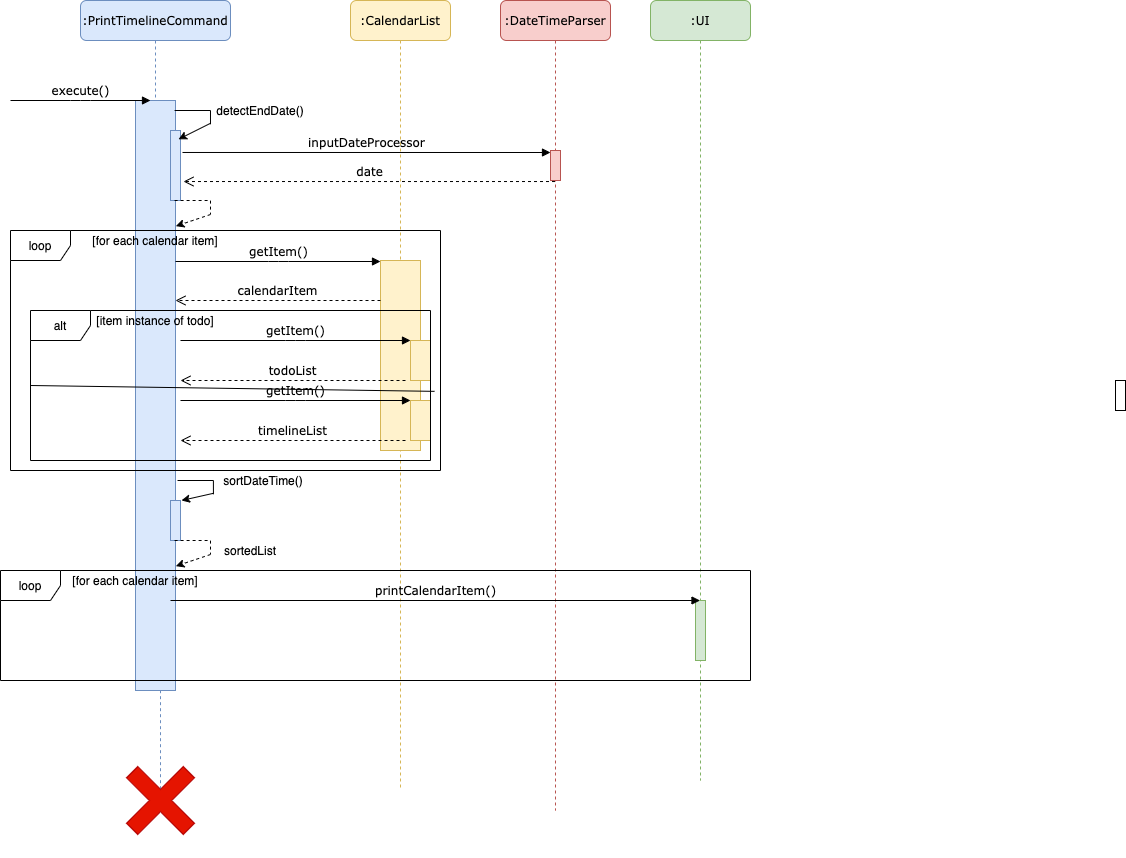
The draw.io diagram docs/images/PrintTimelineCommand_SD.png in nus-cs2113-AY2021S1/tp, before a commit. Source tidied: cells renumbered, new cells last; positions are measured from the earlier drawing's top-left corner, leaving out a move shared by most shapes.
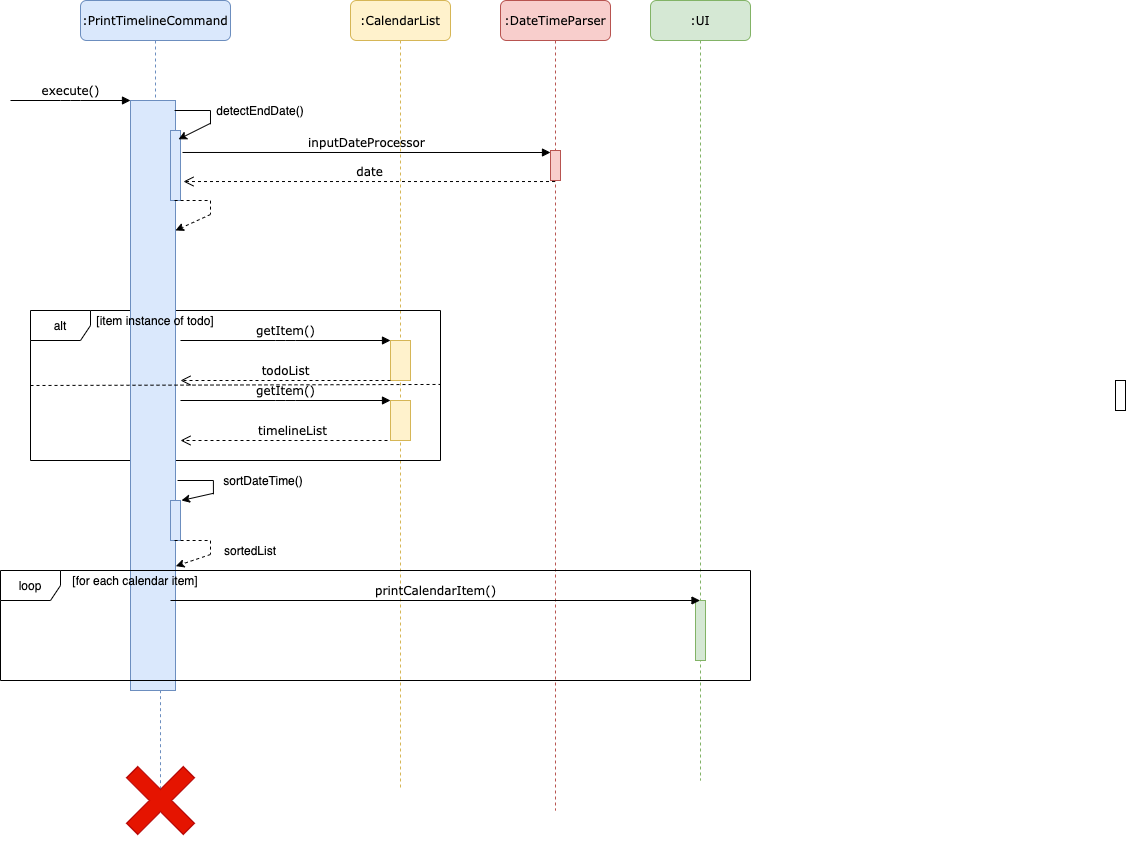
The same file after the commit.

What changed in the source:
```diff
@@ -6,20 +6,11 @@
       <mxGeometry x="350" width="100" height="790" as="geometry" />
     </mxCell>
     <mxCell id="3" style="html=1;perimeter=orthogonalPerimeter;rounded=0;shadow=0;comic=0;labelBackgroundColor=none;strokeWidth=1;fontFamily=Verdana;fontSize=12;align=center;fillColor=#fff2cc;strokeColor=#d6b656;" parent="2" vertex="1">
-      <mxGeometry x="30" y="260" width="40" height="190" as="geometry" />
+      <mxGeometry x="40" y="340" width="20" height="40" as="geometry" />
     </mxCell>
-    <mxCell id="4" value="calendarItem" style="html=1;verticalAlign=bottom;endArrow=open;dashed=1;endSize=8;labelBackgroundColor=none;fontFamily=Verdana;fontSize=12;elbow=vertical;entryX=1.3;entryY=0.729;entryDx=0;entryDy=0;entryPerimeter=0;" parent="2" edge="1">
-      <mxGeometry relative="1" as="geometry">
-        <mxPoint x="30" y="300" as="sourcePoint" />
-        <mxPoint x="-175" y="300" as="targetPoint" />
-      </mxGeometry>
-    </mxCell>
-    <mxCell id="5" style="html=1;perimeter=orthogonalPerimeter;rounded=0;shadow=0;comic=0;labelBackgroundColor=none;strokeWidth=1;fontFamily=Verdana;fontSize=12;align=center;fillColor=#fff2cc;strokeColor=#d6b656;" parent="2" vertex="1">
-      <mxGeometry x="60" y="340" width="20" height="40" as="geometry" />
-    </mxCell>
-    <mxCell id="6" style="html=1;perimeter=orthogonalPerimeter;rounded=0;shadow=0;comic=0;labelBackgroundColor=none;strokeWidth=1;fontFamily=Verdana;fontSize=12;align=center;fillColor=#fff2cc;strokeColor=#d6b656;" parent="2" vertex="1">
-      <mxGeometry x="60" y="400" width="20" height="40" as="geometry" />
-    </mxCell>
+    <mxCell id="25" value="alt" style="shape=umlFrame;whiteSpace=wrap;html=1;" parent="2" vertex="1">
+      <mxGeometry x="-320" y="310" width="410" height="150" as="geometry" />
+    </mxCell>
     <mxCell id="7" value=":DateTimeParser" style="shape=umlLifeline;perimeter=lifelinePerimeter;whiteSpace=wrap;html=1;outlineConnect=0;rounded=1;shadow=0;comic=0;labelBackgroundColor=none;strokeWidth=1;fontFamily=Verdana;fontSize=12;align=center;fillColor=#f8cecc;strokeColor=#b85450;" parent="1" vertex="1">
       <mxGeometry x="500" width="110" height="810" as="geometry" />
     </mxCell>
@@ -36,27 +27,18 @@
       <mxGeometry x="80" width="150" height="690" as="geometry" />
     </mxCell>
     <mxCell id="12" style="html=1;points=[];perimeter=orthogonalPerimeter;rounded=0;shadow=0;comic=0;labelBackgroundColor=none;strokeWidth=1;fontFamily=Verdana;fontSize=12;align=center;fillColor=#dae8fc;strokeColor=#6c8ebf;" parent="11" vertex="1">
-      <mxGeometry x="55" y="100" width="40" height="590" as="geometry" />
+      <mxGeometry x="50" y="100" width="45" height="590" as="geometry" />
     </mxCell>
     <mxCell id="13" style="html=1;points=[];perimeter=orthogonalPerimeter;fillColor=#dae8fc;strokeColor=#6c8ebf;" parent="11" vertex="1">
       <mxGeometry x="90" y="130" width="10" height="70" as="geometry" />
     </mxCell>
-    <mxCell id="14" value="[for each calendar item]" style="text;html=1;strokeColor=none;fillColor=none;align=center;verticalAlign=middle;whiteSpace=wrap;rounded=0;" parent="11" vertex="1">
-      <mxGeometry x="10" y="230" width="130" height="20" as="geometry" />
-    </mxCell>
-    <mxCell id="15" value="getItem()" style="html=1;verticalAlign=bottom;endArrow=block;labelBackgroundColor=none;fontFamily=Verdana;fontSize=12;edgeStyle=elbowEdgeStyle;elbow=horizontal;" parent="11" edge="1">
-      <mxGeometry relative="1" as="geometry">
-        <mxPoint x="95" y="261" as="sourcePoint" />
-        <mxPoint x="300" y="261" as="targetPoint" />
-      </mxGeometry>
-    </mxCell>
     <mxCell id="16" style="html=1;perimeter=orthogonalPerimeter;rounded=0;shadow=0;comic=0;labelBackgroundColor=none;strokeColor=#000000;strokeWidth=1;fillColor=#FFFFFF;fontFamily=Verdana;fontSize=12;fontColor=#000000;align=center;" parent="1" vertex="1">
       <mxGeometry x="1115" y="380" width="10" height="30" as="geometry" />
     </mxCell>
-    <mxCell id="17" value="execute()" style="html=1;verticalAlign=bottom;endArrow=block;entryX=0;entryY=0;labelBackgroundColor=none;fontFamily=Verdana;fontSize=12;edgeStyle=elbowEdgeStyle;elbow=vertical;" parent="1" edge="1">
+    <mxCell id="17" value="execute()" style="html=1;verticalAlign=bottom;endArrow=block;labelBackgroundColor=none;fontFamily=Verdana;fontSize=12;edgeStyle=elbowEdgeStyle;elbow=vertical;" parent="1" edge="1">
       <mxGeometry relative="1" as="geometry">
         <mxPoint x="10" y="100" as="sourcePoint" />
-        <mxPoint x="150" y="100" as="targetPoint" />
+        <mxPoint x="130" y="100" as="targetPoint" />
       </mxGeometry>
     </mxCell>
     <mxCell id="18" value="inputDateProcessor" style="html=1;verticalAlign=bottom;endArrow=block;labelBackgroundColor=none;fontFamily=Verdana;fontSize=12;elbow=vertical;exitX=1.2;exitY=0.314;exitDx=0;exitDy=0;exitPerimeter=0;" parent="1" edge="1" source="13">
@@ -70,18 +52,17 @@
     <mxCell id="20" value="getItem()" style="html=1;verticalAlign=bottom;endArrow=block;labelBackgroundColor=none;fontFamily=Verdana;fontSize=12;edgeStyle=elbowEdgeStyle;elbow=horizontal;" parent="1" edge="1">
       <mxGeometry relative="1" as="geometry">
         <mxPoint x="180" y="340" as="sourcePoint" />
-        <mxPoint x="410" y="340" as="targetPoint" />
+        <mxPoint x="390" y="340" as="targetPoint" />
       </mxGeometry>
     </mxCell>
-    <mxCell id="21" value="getItem()" style="html=1;verticalAlign=bottom;endArrow=block;labelBackgroundColor=none;fontFamily=Verdana;fontSize=12;edgeStyle=elbowEdgeStyle;elbow=horizontal;" parent="1" edge="1">
+    <mxCell id="21" value="getItem()" style="html=1;verticalAlign=bottom;endArrow=block;labelBackgroundColor=none;fontFamily=Verdana;fontSize=12;edgeStyle=elbowEdgeStyle;elbow=horizontal;entryX=0;entryY=0;entryDx=0;entryDy=0;entryPerimeter=0;" parent="1" edge="1" target="45">
       <mxGeometry relative="1" as="geometry">
         <mxPoint x="180" y="400" as="sourcePoint" />
-        <mxPoint x="410" y="400" as="targetPoint" />
       </mxGeometry>
     </mxCell>
     <mxCell id="22" value="todoList" style="html=1;verticalAlign=bottom;endArrow=open;dashed=1;endSize=8;labelBackgroundColor=none;fontFamily=Verdana;fontSize=12;elbow=vertical;" parent="1" edge="1">
       <mxGeometry relative="1" as="geometry">
-        <mxPoint x="405" y="380" as="sourcePoint" />
+        <mxPoint x="390" y="380" as="sourcePoint" />
         <mxPoint x="180" y="380" as="targetPoint" />
       </mxGeometry>
     </mxCell>
@@ -91,16 +72,10 @@
         <mxPoint x="180" y="440" as="targetPoint" />
       </mxGeometry>
     </mxCell>
-    <mxCell id="24" value="loop" style="shape=umlFrame;whiteSpace=wrap;html=1;" parent="1" vertex="1">
-      <mxGeometry x="10" y="230" width="430" height="240" as="geometry" />
-    </mxCell>
-    <mxCell id="25" value="alt" style="shape=umlFrame;whiteSpace=wrap;html=1;" parent="1" vertex="1">
-      <mxGeometry x="30" y="310" width="400" height="150" as="geometry" />
-    </mxCell>
     <mxCell id="26" value="[item instance of todo]" style="text;html=1;strokeColor=none;fillColor=none;align=center;verticalAlign=middle;whiteSpace=wrap;rounded=0;" parent="1" vertex="1">
       <mxGeometry x="90" y="310" width="130" height="20" as="geometry" />
     </mxCell>
-    <mxCell id="27" style="endArrow=none;html=1;entryX=1.01;entryY=0.539;entryDx=0;entryDy=0;entryPerimeter=0;" parent="1" edge="1" target="25">
+    <mxCell id="27" style="endArrow=none;html=1;dashed=1;entryX=1;entryY=0.493;entryDx=0;entryDy=0;entryPerimeter=0;" parent="1" edge="1" target="25">
       <mxGeometry relative="1" as="geometry">
         <mxPoint x="30" y="385" as="sourcePoint" />
       </mxGeometry>
@@ -154,9 +129,10 @@
         </Array>
       </mxGeometry>
     </mxCell>
-    <mxCell id="38" style="endArrow=classic;html=1;strokeColor=#000000;strokeWidth=1;fontSize=16;fontColor=#000000;entryX=1.008;entryY=0.213;entryDx=0;entryDy=0;entryPerimeter=0;dashed=1;" parent="1" edge="1" target="12">
+    <mxCell id="38" style="endArrow=classic;html=1;strokeColor=#000000;strokeWidth=1;fontSize=16;fontColor=#000000;dashed=1;" parent="1" edge="1">
       <mxGeometry relative="1" as="geometry">
         <mxPoint x="210" y="214" as="sourcePoint" />
+        <mxPoint x="175" y="230" as="targetPoint" />
       </mxGeometry>
     </mxCell>
     <mxCell id="39" style="endArrow=classic;html=1;strokeColor=#000000;strokeWidth=1;fontSize=16;fontColor=#000000;" parent="1" edge="1">
@@ -195,5 +171,8 @@
     <mxCell id="44" value="sortedList" style="text;html=1;strokeColor=none;fillColor=none;align=center;verticalAlign=middle;whiteSpace=wrap;rounded=0;" parent="1" vertex="1">
       <mxGeometry x="230" y="540" width="40" height="20" as="geometry" />
     </mxCell>
+    <mxCell id="45" style="html=1;points=[];perimeter=orthogonalPerimeter;rounded=0;shadow=0;comic=0;labelBackgroundColor=none;strokeWidth=1;fontFamily=Verdana;fontSize=12;align=center;fillColor=#fff2cc;strokeColor=#d6b656;" parent="1" vertex="1">
+      <mxGeometry x="390" y="400" width="20" height="40" as="geometry" />
+    </mxCell>
   </root>
 </mxGraphModel>
```
